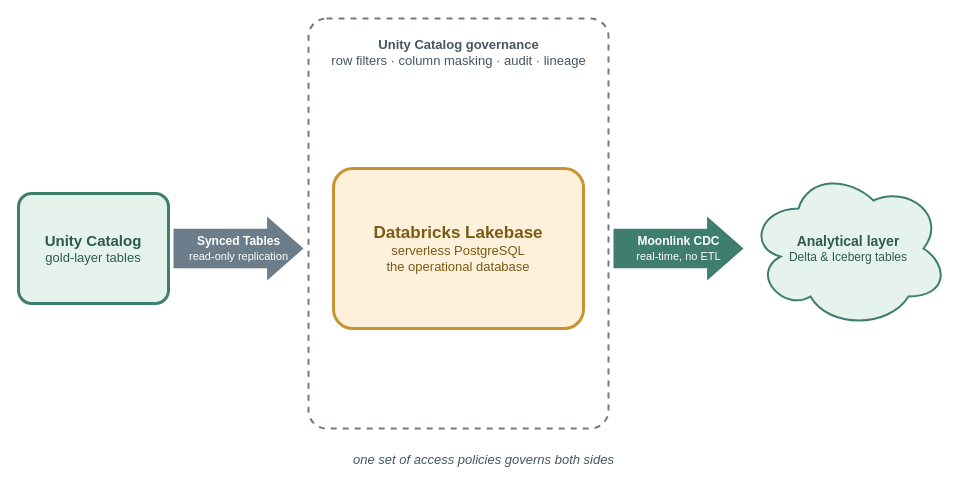
AlexeyEvlampiev/alexeyevlampiev.github.io keeps this draw.io diagram as content/posts/decoupling-compute-storage-postgres-lakebase/lakebase-ecosystem-integration-flow.drawio. Above is the earlier version. Source tidied: cells renumbered, new cells numbered last; positions are measured from the earlier drawing's top-left corner, leaving out a move shared by most shapes. Both pictures are drawn from the tidied source at 100%, with x=0, y=0 at pixel (18, 18).
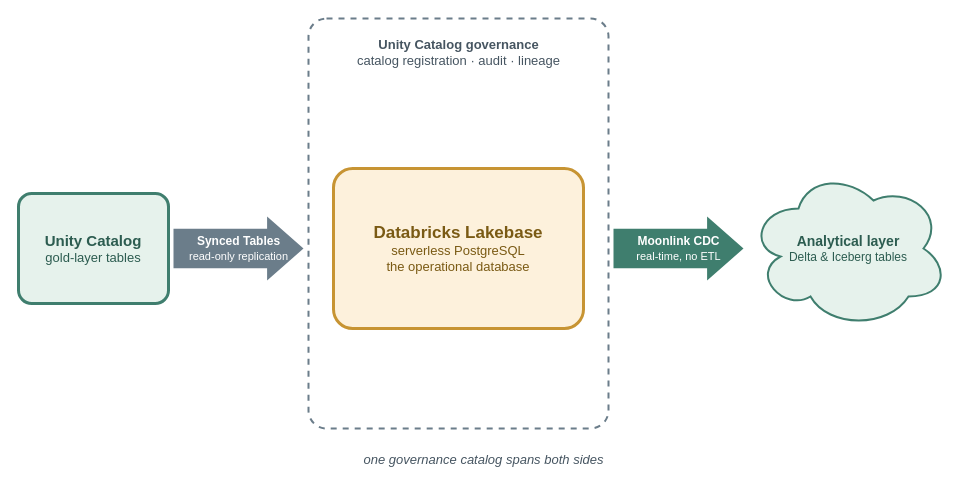
The same page after the edit.

Commit message (it also covers changes not shown here):
Refresh the Lakebase post's product facts to July 2026

Change to the diagram source:
```diff
@@
 <mxGraphModel>
   <root>
     <mxCell id="0" />
     <mxCell id="1" parent="0" />
     <mxCell id="2" value="&lt;font style=&quot;font-size:15px&quot;&gt;&lt;b&gt;Unity Catalog&lt;/b&gt;&lt;/font&gt;&lt;br&gt;&lt;font style=&quot;font-size:13px&quot;&gt;gold-layer tables&lt;/font&gt;" style="rounded=1;whiteSpace=wrap;html=1;fillColor=#e6f2ec;strokeColor=#3f7e6e;strokeWidth=3;fontColor=#2c5c50;arcSize=12;" parent="1" vertex="1">
       <mxGeometry y="175" width="150" height="110" as="geometry" />
     </mxCell>
     <mxCell id="3" value="&lt;font style=&quot;font-size:12px&quot;&gt;&lt;b&gt;Synced Tables&lt;/b&gt;&lt;br&gt;&lt;/font&gt;&lt;font style=&quot;font-size:11px&quot;&gt;read-only replication&lt;/font&gt;" style="shape=singleArrow;html=1;fillColor=#6b7d8a;strokeColor=none;arrowWidth=0.62;arrowSize=0.28;fontColor=#ffffff;" parent="1" vertex="1">
       <mxGeometry x="155" y="198" width="130" height="64" as="geometry" />
     </mxCell>
     <mxCell id="4" style="rounded=1;whiteSpace=wrap;html=1;fillColor=none;strokeColor=#6b7d8a;strokeWidth=2;dashed=1;arcSize=6;" parent="1" vertex="1">
       <mxGeometry x="290" width="300" height="410" as="geometry" />
     </mxCell>
-    <mxCell id="5" value="&lt;font style=&quot;font-size:13px&quot;&gt;&lt;b&gt;Unity Catalog governance&lt;/b&gt;&lt;br&gt;row filters · column masking · audit · lineage&lt;/font&gt;" style="text;html=1;fontColor=#465561;align=center;verticalAlign=top;" parent="1" vertex="1">
+    <mxCell id="5" value="&lt;font style=&quot;font-size:13px&quot;&gt;&lt;b&gt;Unity Catalog governance&lt;/b&gt;&lt;br&gt;catalog registration · audit · lineage&lt;/font&gt;" style="text;html=1;fontColor=#465561;align=center;verticalAlign=top;" parent="1" vertex="1">
       <mxGeometry x="300" y="12" width="280" height="44" as="geometry" />
     </mxCell>
     <mxCell id="6" value="&lt;font style=&quot;font-size:17px&quot;&gt;&lt;b&gt;Databricks Lakebase&lt;/b&gt;&lt;/font&gt;&lt;br&gt;&lt;font style=&quot;font-size:13px&quot;&gt;serverless PostgreSQL&lt;br&gt;the operational database&lt;/font&gt;" style="rounded=1;whiteSpace=wrap;html=1;fillColor=#fdf1dc;strokeColor=#c79433;strokeWidth=3;fontColor=#7a5a14;arcSize=12;" parent="1" vertex="1">
       <mxGeometry x="315" y="150" width="250" height="160" as="geometry" />
     </mxCell>
     <mxCell id="7" value="&lt;font style=&quot;font-size:12px&quot;&gt;&lt;b&gt;Moonlink CDC&lt;/b&gt;&lt;br&gt;&lt;/font&gt;&lt;font style=&quot;font-size:11px&quot;&gt;real-time, no ETL&lt;/font&gt;" style="shape=singleArrow;html=1;fillColor=#3f7e6e;strokeColor=none;arrowWidth=0.62;arrowSize=0.28;fontColor=#ffffff;" parent="1" vertex="1">
       <mxGeometry x="595" y="198" width="130" height="64" as="geometry" />
     </mxCell>
     <mxCell id="8" value="&lt;font style=&quot;font-size:14px&quot;&gt;&lt;b&gt;Analytical layer&lt;/b&gt;&lt;/font&gt;&lt;br&gt;&lt;font style=&quot;font-size:12px&quot;&gt;Delta &amp;amp; Iceberg tables&lt;/font&gt;" style="shape=cloud;whiteSpace=wrap;html=1;fillColor=#e6f2ec;strokeColor=#3f7e6e;strokeWidth=2;fontColor=#2c5c50;" parent="1" vertex="1">
       <mxGeometry x="730" y="150" width="200" height="160" as="geometry" />
     </mxCell>
-    <mxCell id="9" value="&lt;font style=&quot;font-size:13px&quot;&gt;&lt;i&gt;one set of access policies governs both sides&lt;/i&gt;&lt;/font&gt;" style="text;html=1;fontColor=#465561;align=center;verticalAlign=middle;" parent="1" vertex="1">
+    <mxCell id="9" value="&lt;font style=&quot;font-size:13px&quot;&gt;&lt;i&gt;one governance catalog spans both sides&lt;/i&gt;&lt;/font&gt;" style="text;html=1;fontColor=#465561;align=center;verticalAlign=middle;" parent="1" vertex="1">
       <mxGeometry y="428" width="930" height="26" as="geometry" />
     </mxCell>
   </root>
 </mxGraphModel>
```
